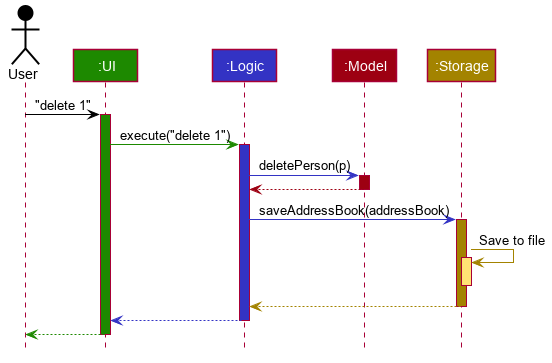
Before: docs/images/ArchitectureSequenceDiagram.png, a diagram exported from PlantUML (nus-cs2103-AY1920S2/addressbook-level3).
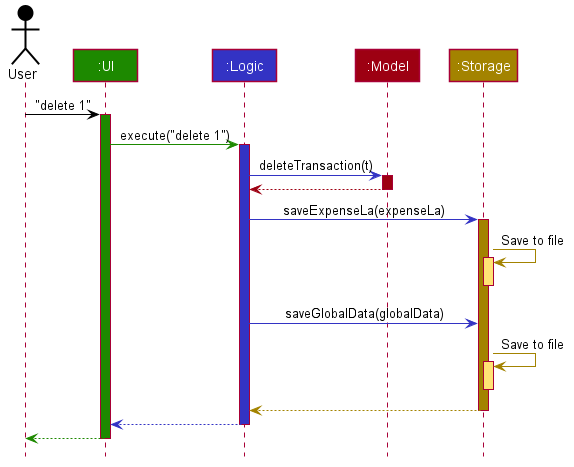
Above is the later version.

What changed in the source:
```diff
@@ -60,14 +60,21 @@
 ui -[#1D8900]> logic : execute("delete 1")
 activate logic #3333C4
 
-logic -[#3333C4]> model : deletePerson(p)
+logic -[#3333C4]> model : deleteTransaction(t)
 activate model #9D0012
 
 model -[#9D0012]-> logic
 deactivate model
 
-logic -[#3333C4]> storage : saveAddressBook(addressBook)
+logic -[#3333C4]> storage : saveExpenseLa(expenseLa)
 activate storage #A38300
+
+storage -[#A38300]> storage : Save to file
+activate storage #FFE374
+deactivate storage
+
+logic -[#3333C4]> storage : saveGlobalData(globalData)
+
 
 storage -[#A38300]> storage : Save to file
 activate storage #FFE374
```
